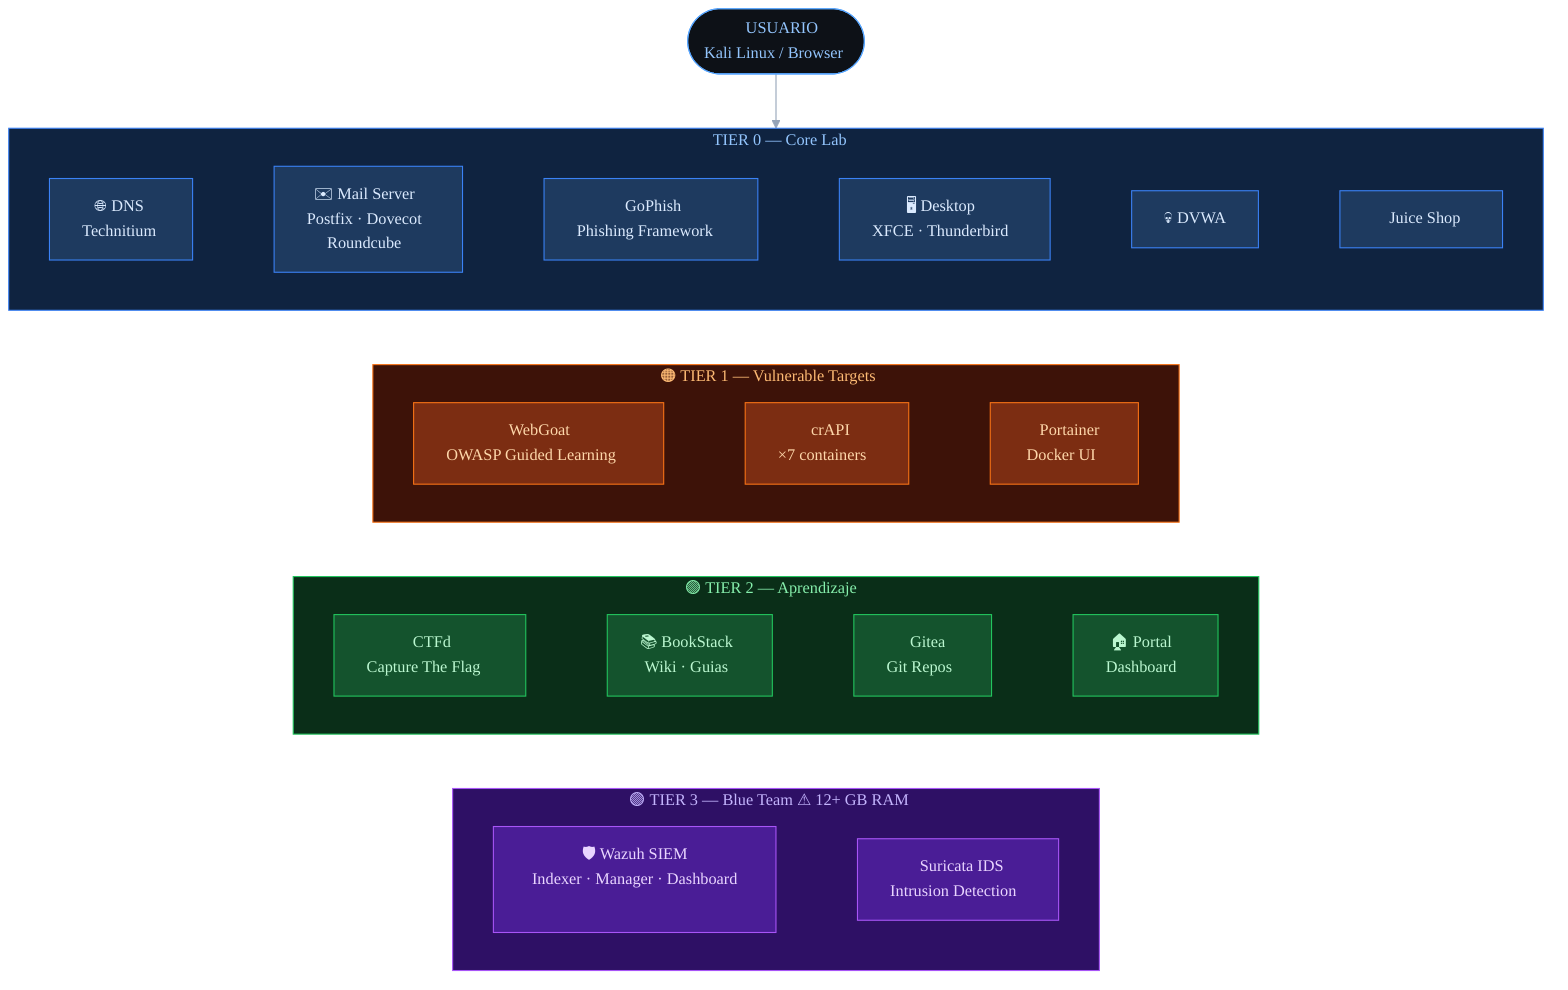
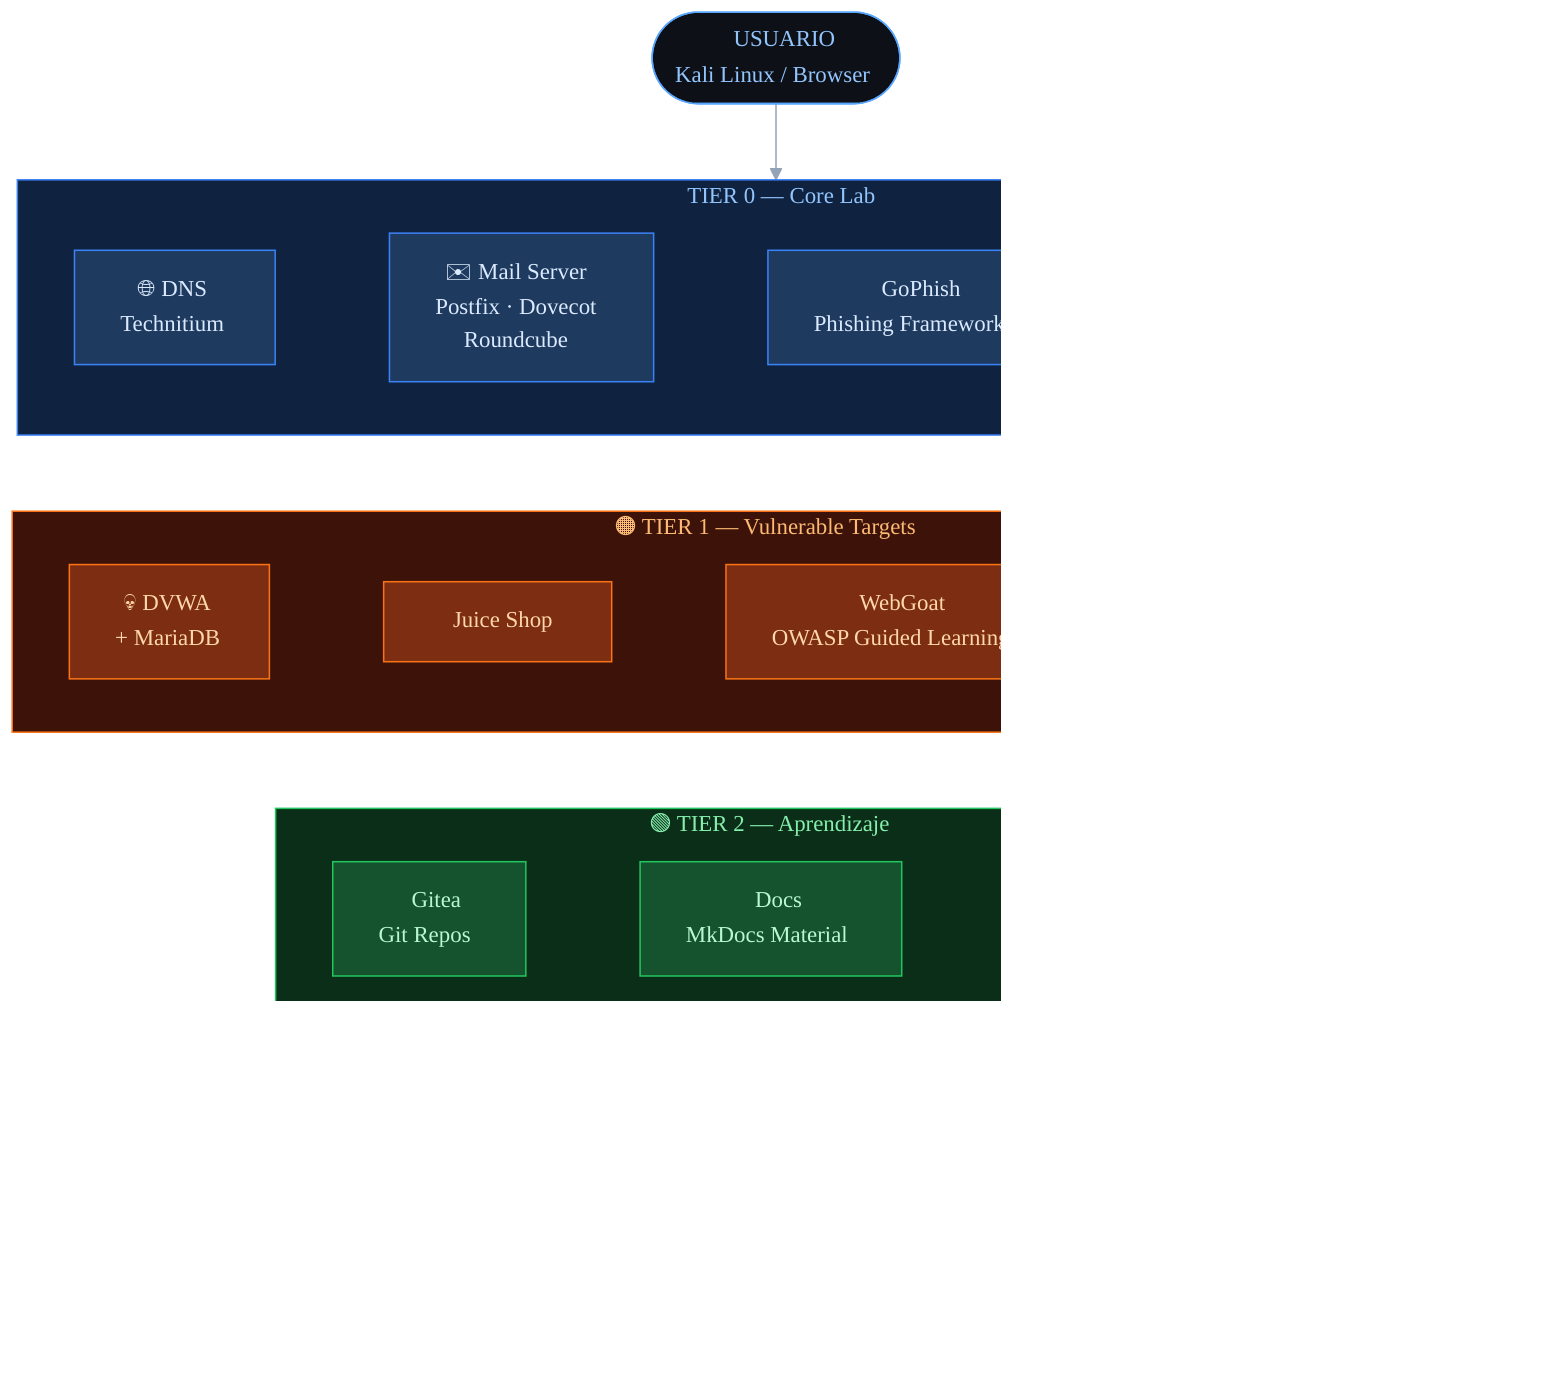
%%{
  init: {
    "theme": "dark",
    "themeVariables": {
      "background":         "#0f172a",
      "mainBkg":            "#0f172a",
      "primaryColor":       "#1e293b",
      "primaryTextColor":   "#f1f5f9",
      "primaryBorderColor": "#475569",
      "lineColor":          "#94a3b8",
      "clusterBkg":         "#1a2235",
      "clusterBorder":      "#334155",
      "titleColor":         "#f8fafc",
      "edgeLabelBackground":"#0f172a",
      "fontFamily":         "ui-monospace, monospace",
      "fontSize":           "15px"
    }
  }
}%%
flowchart TB

  BROWSER(["👤  USUARIO\nKali Linux / Browser"])

  subgraph T0["🔵  TIER 0  —  Core Lab"]
    DNS["🌐 DNS\nTechnitium"]
    MAIL["✉️ Mail Server\nPostfix · Dovecot\nRoundcube"]
    GOPHISH["🎣 GoPhish\nPhishing Framework"]
    DESKTOP["🖥️ Desktop\nXFCE · Thunderbird"]
-     DVWA["💀 DVWA"]
-     JUICE["🧃 Juice Shop"]
-     DNS ~~~ MAIL ~~~ GOPHISH ~~~ DESKTOP ~~~ DVWA ~~~ JUICE
+     DNS ~~~ MAIL ~~~ GOPHISH ~~~ DESKTOP
  end

  subgraph T1["🟠  TIER 1  —  Vulnerable Targets"]
+     DVWA["💀 DVWA\n+ MariaDB"]
+     JUICE["🧃 Juice Shop"]
    WEBGOAT["🐐 WebGoat\nOWASP Guided Learning"]
-     CRAPI["🚗 crAPI\n×7 containers"]
-     PORTAINER["🐳 Portainer\nDocker UI"]
-     WEBGOAT ~~~ CRAPI ~~~ PORTAINER
+     API["🔌 API Vulnerable\nOWASP API Top 10"]
+     DVWA ~~~ JUICE ~~~ WEBGOAT ~~~ API
  end

  subgraph T2["🟢  TIER 2  —  Aprendizaje"]
-     CTFD["🏁 CTFd\nCapture The Flag"]
-     WIKI["📚 BookStack\nWiki · Guias"]
    GITEA["🐙 Gitea\nGit Repos"]
+     DOCS["📖 Docs\nMkDocs Material"]
    PORTAL["🏠 Portal\nDashboard"]
-     CTFD ~~~ WIKI ~~~ GITEA ~~~ PORTAL
+     GITEA ~~~ DOCS ~~~ PORTAL
  end

  subgraph T3["🟣  TIER 3  —  Blue Team  ⚠ 12+ GB RAM"]
    WAZUH["🛡️ Wazuh SIEM\nIndexer · Manager · Dashboard"]
    SURICATA["🦈 Suricata IDS\nIntrusion Detection"]
    WAZUH ~~~ SURICATA
  end

  BROWSER --> T0
  T0 ~~~ T1
  T1 ~~~ T2
  T2 ~~~ T3

  %% ── Estilos ──────────────────────────────────────────────
  style BROWSER fill:#0d1117,stroke:#58a6ff,color:#93c5fd

  style T0      fill:#0f2340,stroke:#3b82f6,color:#93c5fd
  style DNS     fill:#1e3a5f,stroke:#3b82f6,color:#dbeafe
  style MAIL    fill:#1e3a5f,stroke:#3b82f6,color:#dbeafe
  style GOPHISH fill:#1e3a5f,stroke:#3b82f6,color:#dbeafe
  style DESKTOP fill:#1e3a5f,stroke:#3b82f6,color:#dbeafe
-   style DVWA    fill:#1e3a5f,stroke:#3b82f6,color:#dbeafe
-   style JUICE   fill:#1e3a5f,stroke:#3b82f6,color:#dbeafe

-   style T1        fill:#3d1208,stroke:#f97316,color:#fdba74
-   style WEBGOAT   fill:#7c2d12,stroke:#f97316,color:#fed7aa
-   style CRAPI     fill:#7c2d12,stroke:#f97316,color:#fed7aa
-   style PORTAINER fill:#7c2d12,stroke:#f97316,color:#fed7aa
+   style T1      fill:#3d1208,stroke:#f97316,color:#fdba74
+   style DVWA    fill:#7c2d12,stroke:#f97316,color:#fed7aa
+   style JUICE   fill:#7c2d12,stroke:#f97316,color:#fed7aa
+   style WEBGOAT fill:#7c2d12,stroke:#f97316,color:#fed7aa
+   style API     fill:#7c2d12,stroke:#f97316,color:#fed7aa

  style T2     fill:#0a2e18,stroke:#22c55e,color:#86efac
-   style CTFD   fill:#14532d,stroke:#22c55e,color:#bbf7d0
-   style WIKI   fill:#14532d,stroke:#22c55e,color:#bbf7d0
  style GITEA  fill:#14532d,stroke:#22c55e,color:#bbf7d0
+   style DOCS   fill:#14532d,stroke:#22c55e,color:#bbf7d0
  style PORTAL fill:#14532d,stroke:#22c55e,color:#bbf7d0

  style T3       fill:#2e1065,stroke:#a855f7,color:#c4b5fd
  style WAZUH    fill:#4a1d96,stroke:#a855f7,color:#e9d5ff
  style SURICATA fill:#4a1d96,stroke:#a855f7,color:#e9d5ff
